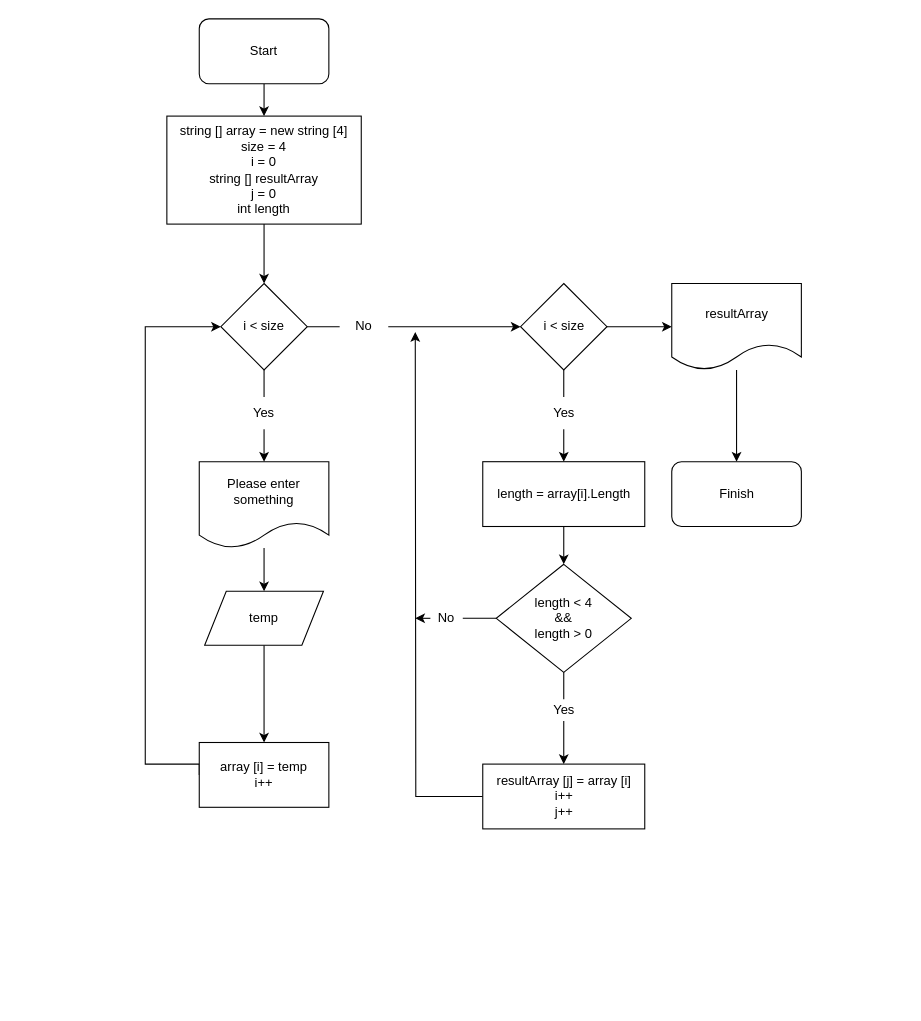
TikhonBatura/ControlWork_CoS keeps this draw.io diagram as Task_5.drawio. Above is the earlier version. Source tidied: cells renumbered, new cells numbered last; positions are measured from the earlier drawing's top-left corner, leaving out a move shared by most shapes. Both pictures are drawn from the tidied source at 108%, with x=0, y=0 at pixel (145, 18).
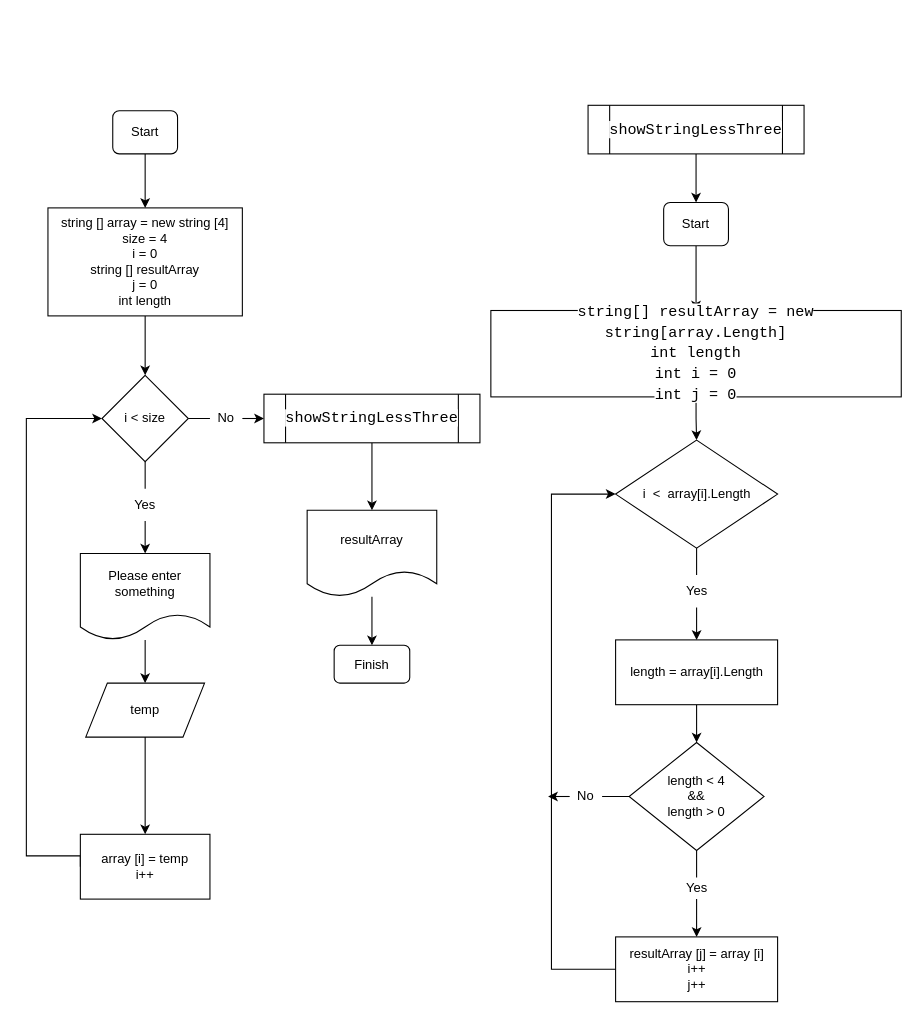
The same diagram, later.

Change to the diagram source:
```diff
@@
     <mxCell id="3" value="Start" style="rounded=1;whiteSpace=wrap;html=1;" parent="1" vertex="1">
-      <mxGeometry x="50" width="120" height="60" as="geometry" />
+      <mxGeometry x="-30.1" y="85" width="60" height="40" as="geometry" />
     </mxCell>
@@
     <mxCell id="5" value="temp" style="shape=parallelogram;perimeter=parallelogramPerimeter;whiteSpace=wrap;html=1;fixedSize=1;" parent="1" vertex="1">
-      <mxGeometry x="55" y="530" width="110" height="50" as="geometry" />
+      <mxGeometry x="-55.1" y="615" width="110" height="50" as="geometry" />
     </mxCell>
@@
     <mxCell id="7" value="string [] array = new string [4]&lt;br&gt;size = 4&lt;br&gt;i = 0&lt;br&gt;string [] resultArray&lt;br&gt;j = 0&lt;br style=&quot;border-color: var(--border-color);&quot;&gt;int length" style="rounded=0;whiteSpace=wrap;html=1;" parent="1" vertex="1">
-      <mxGeometry x="20" y="90" width="180" height="100" as="geometry" />
+      <mxGeometry x="-90.1" y="175" width="180" height="100" as="geometry" />
     </mxCell>
@@
     <mxCell id="9" value="Please enter something" style="shape=document;whiteSpace=wrap;html=1;boundedLbl=1;" parent="1" vertex="1">
-      <mxGeometry x="50" y="410" width="120" height="80" as="geometry" />
+      <mxGeometry x="-60.1" y="495" width="120" height="80" as="geometry" />
     </mxCell>
@@
-    <mxCell id="11" style="edgeStyle=orthogonalEdgeStyle;rounded=0;jettySize=auto;html=1;startArrow=none;entryX=0;entryY=0.5;entryDx=0;entryDy=0;exitX=1;exitY=0.5;exitDx=0;exitDy=0;" parent="1" edge="1" source="18" target="21">
-      <mxGeometry relative="1" as="geometry">
-        <Array as="points">
-          <mxPoint x="260" y="285" />
-          <mxPoint x="260" y="285" />
-        </Array>
-      </mxGeometry>
+    <mxCell id="11" style="edgeStyle=orthogonalEdgeStyle;rounded=0;jettySize=auto;html=1;startArrow=none;exitX=1;exitY=0.5;exitDx=0;exitDy=0;entryX=0;entryY=0.5;entryDx=0;entryDy=0;" parent="1" edge="1" source="18" target="39">
+      <mxGeometry relative="1" as="geometry" />
     </mxCell>
     <mxCell id="12" value="i &amp;lt; size" style="rhombus;whiteSpace=wrap;html=1;" parent="1" vertex="1">
-      <mxGeometry x="70" y="245" width="80" height="80" as="geometry" />
+      <mxGeometry x="-40.1" y="330" width="80" height="80" as="geometry" />
     </mxCell>
     <mxCell id="13" style="edgeStyle=orthogonalEdgeStyle;rounded=0;jettySize=auto;html=1;entryX=0;entryY=0.5;entryDx=0;entryDy=0;exitX=0;exitY=0.5;exitDx=0;exitDy=0;" parent="1" edge="1" source="14" target="12">
       <mxGeometry relative="1" as="geometry">
         <Array as="points">
-          <mxPoint y="690" />
-          <mxPoint y="285" />
+          <mxPoint x="-110.1" y="775" />
+          <mxPoint x="-110.1" y="370" />
         </Array>
       </mxGeometry>
     </mxCell>
     <mxCell id="14" value="array [i] = temp&lt;br&gt;i++" style="rounded=0;whiteSpace=wrap;html=1;" parent="1" vertex="1">
-      <mxGeometry x="50" y="670" width="120" height="60" as="geometry" />
+      <mxGeometry x="-60.1" y="755" width="120" height="60" as="geometry" />
     </mxCell>
@@
     <mxCell id="16" value="Yes" style="text;html=1;strokeColor=none;fillColor=none;align=center;verticalAlign=middle;whiteSpace=wrap;rounded=0;" parent="1" vertex="1">
-      <mxGeometry x="90" y="350" width="40" height="30" as="geometry" />
+      <mxGeometry x="-20.1" y="435" width="40" height="30" as="geometry" />
     </mxCell>
@@
     <mxCell id="18" value="No" style="text;html=1;strokeColor=none;fillColor=none;align=center;verticalAlign=middle;whiteSpace=wrap;rounded=0;" parent="1" vertex="1">
-      <mxGeometry x="180" y="270" width="45" height="30" as="geometry" />
+      <mxGeometry x="59.9" y="355" width="30" height="30" as="geometry" />
     </mxCell>
@@
-    <mxCell id="20" style="edgeStyle=orthogonalEdgeStyle;rounded=0;jettySize=auto;html=1;" parent="1" edge="1" source="21" target="36">
-      <mxGeometry relative="1" as="geometry" />
-    </mxCell>
-    <mxCell id="21" value="i &amp;lt; size" style="rhombus;whiteSpace=wrap;html=1;" parent="1" vertex="1">
-      <mxGeometry x="347.5" y="245" width="80" height="80" as="geometry" />
+    <mxCell id="21" value="i&amp;nbsp; &amp;lt;&amp;nbsp; array[i].Length" style="rhombus;whiteSpace=wrap;html=1;" parent="1" vertex="1">
+      <mxGeometry x="435.5" y="390" width="150" height="100" as="geometry" />
     </mxCell>
@@
     <mxCell id="23" value="length = array[i].Length" style="rounded=0;whiteSpace=wrap;html=1;" parent="1" vertex="1">
-      <mxGeometry x="312.5" y="410" width="150" height="60" as="geometry" />
+      <mxGeometry x="435.5" y="575" width="150" height="60" as="geometry" />
     </mxCell>
@@
     <mxCell id="25" value="Yes" style="text;html=1;strokeColor=none;fillColor=none;align=center;verticalAlign=middle;whiteSpace=wrap;rounded=0;" parent="1" vertex="1">
-      <mxGeometry x="367.5" y="350" width="40" height="30" as="geometry" />
+      <mxGeometry x="490.5" y="515" width="40" height="30" as="geometry" />
     </mxCell>
     <mxCell id="26" style="edgeStyle=orthogonalEdgeStyle;rounded=0;jettySize=auto;html=1;exitX=0;exitY=0.5;exitDx=0;exitDy=0;startArrow=none;" parent="1" edge="1" source="34">
       <mxGeometry relative="1" as="geometry">
-        <mxPoint x="250" y="555.3" as="targetPoint" />
+        <mxPoint x="373" y="720.3" as="targetPoint" />
       </mxGeometry>
     </mxCell>
+    <mxCell id="28" value="length &amp;lt; 4&lt;br&gt;&amp;amp;&amp;amp;&lt;br&gt;length &amp;gt; 0" style="rhombus;whiteSpace=wrap;html=1;" parent="1" vertex="1">
+      <mxGeometry x="448" y="670" width="125" height="100" as="geometry" />
+    </mxCell>
+    <mxCell id="31" style="edgeStyle=orthogonalEdgeStyle;rounded=0;jettySize=auto;html=1;entryX=0.5;entryY=0;entryDx=0;entryDy=0;endArrow=none;" parent="1" edge="1" source="28" target="32">
+      <mxGeometry relative="1" as="geometry" />
+    </mxCell>
-    <mxCell id="27" style="edgeStyle=orthogonalEdgeStyle;rounded=0;jettySize=auto;html=1;entryX=0.5;entryY=0;entryDx=0;entryDy=0;startArrow=none;" parent="1" edge="1" source="32" target="30">
+    <mxCell id="27" style="edgeStyle=orthogonalEdgeStyle;rounded=0;jettySize=auto;html=1;" parent="1" edge="1" source="32" target="30">
       <mxGeometry relative="1" as="geometry" />
     </mxCell>
-    <mxCell id="28" value="length &amp;lt; 4&lt;br&gt;&amp;amp;&amp;amp;&lt;br&gt;length &amp;gt; 0" style="rhombus;whiteSpace=wrap;html=1;" parent="1" vertex="1">
-      <mxGeometry x="325" y="505" width="125" height="100" as="geometry" />
-    </mxCell>
-    <mxCell id="29" style="edgeStyle=orthogonalEdgeStyle;rounded=0;jettySize=auto;html=1;exitX=0;exitY=0.5;exitDx=0;exitDy=0;" parent="1" edge="1" source="30">
-      <mxGeometry relative="1" as="geometry">
-        <mxPoint x="250" y="290" as="targetPoint" />
-      </mxGeometry>
-    </mxCell>
-    <mxCell id="30" value="resultArray [j] = array [i]&lt;br&gt;i++&lt;br&gt;j++" style="rounded=0;whiteSpace=wrap;html=1;" parent="1" vertex="1">
-      <mxGeometry x="312.5" y="690" width="150" height="60" as="geometry" />
-    </mxCell>
-    <mxCell id="31" style="edgeStyle=orthogonalEdgeStyle;rounded=0;jettySize=auto;html=1;entryX=0.5;entryY=0;entryDx=0;entryDy=0;endArrow=none;" parent="1" edge="1" source="28" target="32">
-      <mxGeometry relative="1" as="geometry" />
-    </mxCell>
     <mxCell id="32" value="Yes" style="text;html=1;strokeColor=none;fillColor=none;align=center;verticalAlign=middle;whiteSpace=wrap;rounded=0;" parent="1" vertex="1">
-      <mxGeometry x="367.5" y="630" width="40" height="20" as="geometry" />
+      <mxGeometry x="490.5" y="795" width="40" height="20" as="geometry" />
     </mxCell>
@@
     <mxCell id="34" value="No" style="text;html=1;strokeColor=none;fillColor=none;align=center;verticalAlign=middle;whiteSpace=wrap;rounded=0;" parent="1" vertex="1">
-      <mxGeometry x="264" y="540" width="30" height="30" as="geometry" />
+      <mxGeometry x="393" y="705" width="30" height="30" as="geometry" />
     </mxCell>
@@
     <mxCell id="36" value="resultArray" style="shape=document;whiteSpace=wrap;html=1;boundedLbl=1;" parent="1" vertex="1">
-      <mxGeometry x="487.5" y="245" width="120" height="80" as="geometry" />
+      <mxGeometry x="149.9" y="455" width="120" height="80" as="geometry" />
     </mxCell>
     <mxCell id="37" value="Finish" style="rounded=1;whiteSpace=wrap;html=1;" parent="1" vertex="1">
-      <mxGeometry x="487.5" y="410" width="120" height="60" as="geometry" />
+      <mxGeometry x="174.9" y="580" width="70" height="35" as="geometry" />
     </mxCell>
+    <mxCell id="38" style="edgeStyle=orthogonalEdgeStyle;rounded=0;jettySize=auto;html=1;" parent="1" edge="1" source="39" target="36">
+      <mxGeometry relative="1" as="geometry" />
+    </mxCell>
+    <mxCell id="39" value="&lt;div style=&quot;font-family: Consolas, &amp;quot;Courier New&amp;quot;, monospace; font-size: 14px; line-height: 19px;&quot;&gt;&lt;span style=&quot;background-color: rgb(255, 255, 255);&quot;&gt;showStringLessThree&lt;/span&gt;&lt;/div&gt;" style="shape=process;whiteSpace=wrap;html=1;backgroundOutline=1;" parent="1" vertex="1">
+      <mxGeometry x="109.9" y="347.5" width="200" height="45" as="geometry" />
+    </mxCell>
+    <mxCell id="40" style="edgeStyle=orthogonalEdgeStyle;rounded=0;jettySize=auto;html=1;" parent="1" edge="1" source="41" target="43">
+      <mxGeometry relative="1" as="geometry" />
+    </mxCell>
+    <mxCell id="41" value="&lt;div style=&quot;font-family: Consolas, &amp;quot;Courier New&amp;quot;, monospace; font-size: 14px; line-height: 19px;&quot;&gt;&lt;span style=&quot;background-color: rgb(255, 255, 255);&quot;&gt;showStringLessThree&lt;/span&gt;&lt;/div&gt;" style="shape=process;whiteSpace=wrap;html=1;backgroundOutline=1;" parent="1" vertex="1">
+      <mxGeometry x="410" y="80" width="200" height="45" as="geometry" />
+    </mxCell>
+    <mxCell id="42" style="edgeStyle=orthogonalEdgeStyle;rounded=0;jettySize=auto;html=1;" parent="1" edge="1" source="43" target="45">
+      <mxGeometry relative="1" as="geometry" />
+    </mxCell>
+    <mxCell id="43" value="Start" style="rounded=1;whiteSpace=wrap;html=1;" parent="1" vertex="1">
+      <mxGeometry x="480" y="170" width="60" height="40" as="geometry" />
+    </mxCell>
+    <mxCell id="44" style="edgeStyle=orthogonalEdgeStyle;rounded=0;jettySize=auto;html=1;" parent="1" edge="1" source="45" target="21">
+      <mxGeometry relative="1" as="geometry" />
+    </mxCell>
+    <mxCell id="45" value="&lt;div style=&quot;font-family: Consolas, &amp;quot;Courier New&amp;quot;, monospace; font-size: 14px; line-height: 19px;&quot;&gt;&lt;div style=&quot;&quot;&gt;&lt;span style=&quot;background-color: rgb(255, 255, 255);&quot;&gt;string[] resultArray = new string[array.Length]&lt;/span&gt;&lt;/div&gt;&lt;div style=&quot;&quot;&gt;&lt;span style=&quot;background-color: rgb(255, 255, 255);&quot;&gt;int length&lt;/span&gt;&lt;/div&gt;&lt;div style=&quot;&quot;&gt;&lt;span style=&quot;background-color: rgb(255, 255, 255);&quot;&gt;int i = 0&lt;/span&gt;&lt;/div&gt;&lt;div style=&quot;&quot;&gt;&lt;span style=&quot;background-color: rgb(255, 255, 255);&quot;&gt;int j = 0&lt;/span&gt;&lt;/div&gt;&lt;/div&gt;" style="rounded=0;whiteSpace=wrap;html=1;align=center;" parent="1" vertex="1">
+      <mxGeometry x="320" y="270" width="380" height="80" as="geometry" />
+    </mxCell>
+    <mxCell id="46" style="edgeStyle=orthogonalEdgeStyle;rounded=0;jettySize=auto;html=1;entryX=0;entryY=0.5;entryDx=0;entryDy=0;" parent="1" edge="1" source="30" target="21">
+      <mxGeometry relative="1" as="geometry">
+        <Array as="points">
+          <mxPoint x="376.1" y="880" />
+          <mxPoint x="376.1" y="440" />
+        </Array>
+      </mxGeometry>
+    </mxCell>
+    <mxCell id="30" value="resultArray [j] = array [i]&lt;br&gt;i++&lt;br&gt;j++" style="rounded=0;whiteSpace=wrap;html=1;" parent="1" vertex="1">
+      <mxGeometry x="435.5" y="850" width="150" height="60" as="geometry" />
+    </mxCell>
```
